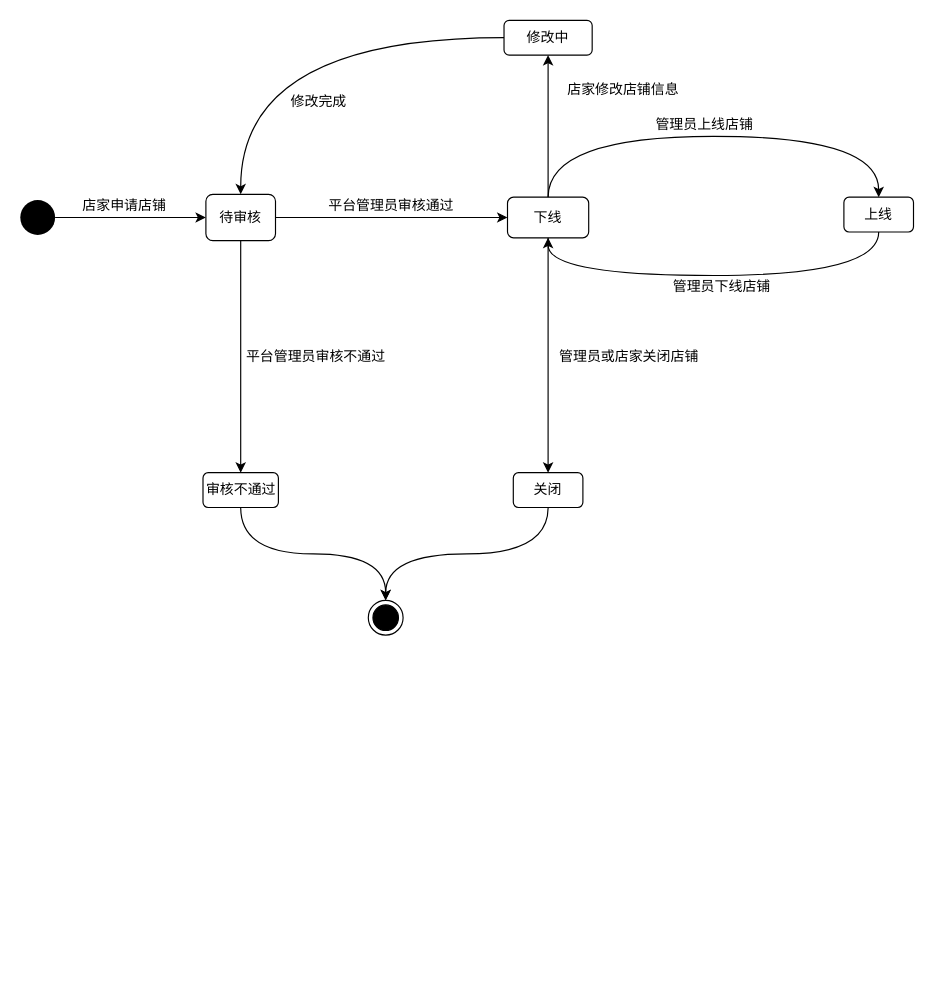
The draw.io diagram OOAD小组作业/店铺.drawio in app1echip/grams, before the edit. Source tidied: cells renumbered, new cells numbered last; positions are measured from the earlier drawing's top-left corner, leaving out a move shared by most shapes. Both pictures are drawn from the tidied source at 116%, with x=0, y=0 at pixel (20, 20).
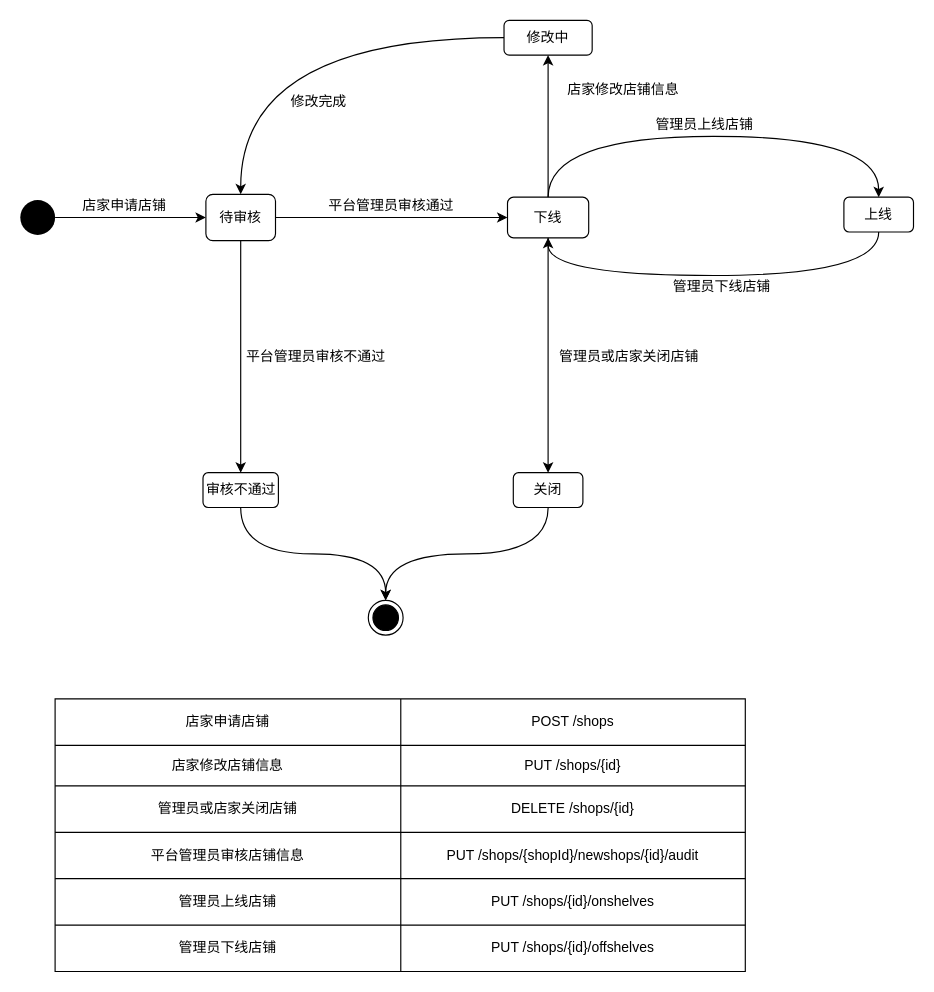
After the change.

Change to the diagram source:
```diff
@@
+    <mxCell id="28" style="shape=table;html=1;whiteSpace=wrap;startSize=0;childLayout=tableLayout;" parent="1" vertex="1">
+      <mxGeometry x="30" y="585" width="595" height="235" as="geometry" />
+    </mxCell>
+    <mxCell id="29" style="shape=partialRectangle;html=1;whiteSpace=wrap;fillColor=none;top=0;left=0;bottom=0;right=0;" parent="28" vertex="1">
+      <mxGeometry width="595" height="40" as="geometry" />
+    </mxCell>
+    <mxCell id="30" value="店家申请店铺" style="shape=partialRectangle;html=1;whiteSpace=wrap;overflow=hidden;fillColor=none;top=0;left=0;bottom=0;right=0;" parent="29" vertex="1">
+      <mxGeometry width="298" height="40" as="geometry" />
+    </mxCell>
+    <mxCell id="31" value="POST /shops" style="shape=partialRectangle;html=1;whiteSpace=wrap;overflow=hidden;fillColor=none;top=0;left=0;bottom=0;right=0;" parent="29" vertex="1">
+      <mxGeometry x="298" width="297" height="40" as="geometry" />
+    </mxCell>
+    <mxCell id="32" style="shape=partialRectangle;html=1;whiteSpace=wrap;fillColor=none;top=0;left=0;bottom=0;right=0;" parent="28" vertex="1">
+      <mxGeometry y="40" width="595" height="35" as="geometry" />
+    </mxCell>
+    <mxCell id="33" value="店家修改店铺信息" style="shape=partialRectangle;html=1;whiteSpace=wrap;overflow=hidden;fillColor=none;top=0;left=0;bottom=0;right=0;" parent="32" vertex="1">
+      <mxGeometry width="298" height="35" as="geometry" />
+    </mxCell>
+    <mxCell id="34" value="PUT /shops/{id}" style="shape=partialRectangle;html=1;whiteSpace=wrap;overflow=hidden;fillColor=none;top=0;left=0;bottom=0;right=0;" parent="32" vertex="1">
+      <mxGeometry x="298" width="297" height="35" as="geometry" />
+    </mxCell>
+    <mxCell id="35" style="shape=partialRectangle;html=1;whiteSpace=wrap;fillColor=none;top=0;left=0;bottom=0;right=0;" parent="28" vertex="1">
+      <mxGeometry y="75" width="595" height="40" as="geometry" />
+    </mxCell>
+    <mxCell id="36" value="管理员或店家关闭店铺" style="shape=partialRectangle;html=1;whiteSpace=wrap;overflow=hidden;fillColor=none;top=0;left=0;bottom=0;right=0;" parent="35" vertex="1">
+      <mxGeometry width="298" height="40" as="geometry" />
+    </mxCell>
+    <mxCell id="37" value="DELETE /shops/{id}" style="shape=partialRectangle;html=1;whiteSpace=wrap;overflow=hidden;fillColor=none;top=0;left=0;bottom=0;right=0;" parent="35" vertex="1">
+      <mxGeometry x="298" width="297" height="40" as="geometry" />
+    </mxCell>
+    <mxCell id="38" style="shape=partialRectangle;html=1;whiteSpace=wrap;fillColor=none;top=0;left=0;bottom=0;right=0;" parent="28" vertex="1">
+      <mxGeometry y="115" width="595" height="40" as="geometry" />
+    </mxCell>
+    <mxCell id="39" value="平台管理员审核店铺信息" style="shape=partialRectangle;html=1;whiteSpace=wrap;overflow=hidden;fillColor=none;top=0;left=0;bottom=0;right=0;" parent="38" vertex="1">
+      <mxGeometry width="298" height="40" as="geometry" />
+    </mxCell>
+    <mxCell id="40" value="PUT /shops/{shopId}/newshops/{id}/audit" style="shape=partialRectangle;html=1;whiteSpace=wrap;overflow=hidden;fillColor=none;top=0;left=0;bottom=0;right=0;" parent="38" vertex="1">
+      <mxGeometry x="298" width="297" height="40" as="geometry" />
+    </mxCell>
+    <mxCell id="41" style="shape=partialRectangle;html=1;whiteSpace=wrap;fillColor=none;top=0;left=0;bottom=0;right=0;" parent="28" vertex="1">
+      <mxGeometry y="155" width="595" height="40" as="geometry" />
+    </mxCell>
+    <mxCell id="42" value="管理员上线店铺" style="shape=partialRectangle;html=1;whiteSpace=wrap;overflow=hidden;fillColor=none;top=0;left=0;bottom=0;right=0;" parent="41" vertex="1">
+      <mxGeometry width="298" height="40" as="geometry" />
+    </mxCell>
+    <mxCell id="43" value="PUT /shops/{id}/onshelves" style="shape=partialRectangle;html=1;whiteSpace=wrap;overflow=hidden;fillColor=none;top=0;left=0;bottom=0;right=0;" parent="41" vertex="1">
+      <mxGeometry x="298" width="297" height="40" as="geometry" />
+    </mxCell>
+    <mxCell id="44" style="shape=partialRectangle;html=1;whiteSpace=wrap;fillColor=none;top=0;left=0;bottom=0;right=0;" parent="28" vertex="1">
+      <mxGeometry y="195" width="595" height="40" as="geometry" />
+    </mxCell>
+    <mxCell id="45" value="管理员下线店铺" style="shape=partialRectangle;html=1;whiteSpace=wrap;overflow=hidden;fillColor=none;top=0;left=0;bottom=0;right=0;" parent="44" vertex="1">
+      <mxGeometry width="298" height="40" as="geometry" />
+    </mxCell>
+    <mxCell id="46" value="PUT /shops/{id}/offshelves" style="shape=partialRectangle;html=1;whiteSpace=wrap;overflow=hidden;fillColor=none;top=0;left=0;bottom=0;right=0;" parent="44" vertex="1">
+      <mxGeometry x="298" width="297" height="40" as="geometry" />
+    </mxCell>
```
